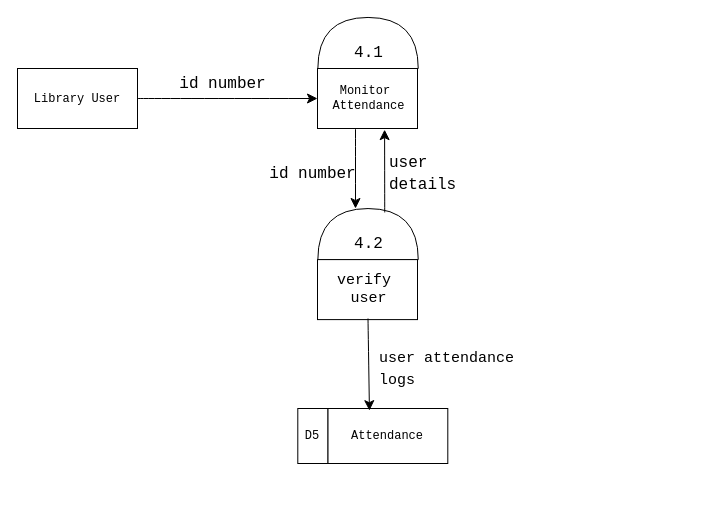
The draw.io diagram cd3.drawio in carmelooo1/capstone_docs, before the edit. Source tidied: cells renumbered, new cells numbered last; positions are measured from the earlier drawing's top-left corner, leaving out a move shared by most shapes. Both pictures are drawn from the tidied source at 100%, with x=0, y=0 at pixel (17, -8).
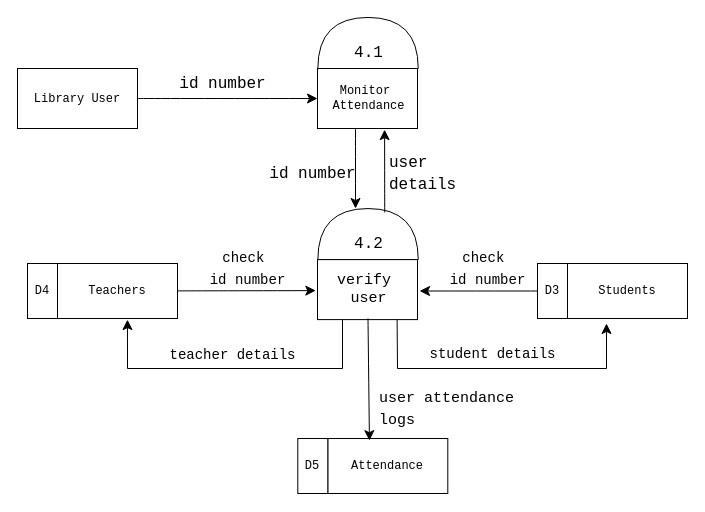
Above is the later version.

Unchanged cells that the change refers to:
```xml
<mxCell id="17" style="rounded=0;whiteSpace=wrap;html=1;fontFamily=Courier New;" parent="16" vertex="1">
  <mxGeometry y="30" width="100" height="60" as="geometry" />
</mxCell>
<mxCell id="20" value="&lt;div style=&quot;font-size: 15px;&quot;&gt;verify&amp;nbsp;&lt;/div&gt;&lt;div style=&quot;font-size: 15px;&quot;&gt;user&lt;/div&gt;" style="text;html=1;align=center;verticalAlign=middle;points=[];strokeColor=none;fillColor=none;fontSize=16;fontFamily=Courier New;" parent="16" vertex="1">
  <mxGeometry x="5.5" y="35" width="90" height="50" as="geometry" />
</mxCell>
```

What changed in the source:
```diff
@@
     <mxCell id="2" style="group;fontFamily=Courier New;" parent="1" vertex="1">
-      <mxGeometry x="280.3" y="416" width="150" height="55" as="geometry" />
+      <mxGeometry x="280.3" y="446" width="150" height="55" as="geometry" />
     </mxCell>
@@
     <mxCell id="25" value="&lt;font face=&quot;Courier New&quot;&gt;&lt;span style=&quot;font-size: 15px;&quot;&gt;user attendance&amp;nbsp;&lt;/span&gt;&lt;/font&gt;&lt;div&gt;&lt;font face=&quot;Courier New&quot;&gt;&lt;span style=&quot;font-size: 15px;&quot;&gt;logs&lt;/span&gt;&lt;/font&gt;&lt;/div&gt;" style="text;html=1;align=left;verticalAlign=middle;strokeColor=none;fillColor=none;fontSize=16;" parent="1" vertex="1">
-      <mxGeometry x="360" y="346" width="170" height="60" as="geometry" />
+      <mxGeometry x="360" y="386" width="170" height="60" as="geometry" />
     </mxCell>
@@
+    <mxCell id="28" style="group;fontFamily=Courier New;" parent="1" vertex="1">
+      <mxGeometry x="10" y="271" width="150" height="55" as="geometry" />
+    </mxCell>
+    <mxCell id="29" value="Teachers" style="whiteSpace=wrap;html=1;fontFamily=Courier New;" parent="28" vertex="1">
+      <mxGeometry x="30" width="120" height="55" as="geometry" />
+    </mxCell>
+    <mxCell id="30" value="D4" style="rounded=0;whiteSpace=wrap;html=1;fontFamily=Courier New;" parent="28" vertex="1">
+      <mxGeometry width="30" height="55" as="geometry" />
+    </mxCell>
+    <mxCell id="31" style="group;fontFamily=Courier New;" parent="1" vertex="1">
+      <mxGeometry x="520" y="271" width="150" height="55" as="geometry" />
+    </mxCell>
+    <mxCell id="32" value="Students" style="whiteSpace=wrap;html=1;fontFamily=Courier New;" parent="31" vertex="1">
+      <mxGeometry x="30" width="120" height="55" as="geometry" />
+    </mxCell>
+    <mxCell id="33" value="D3" style="rounded=0;whiteSpace=wrap;html=1;fontFamily=Courier New;" parent="31" vertex="1">
+      <mxGeometry width="30" height="55" as="geometry" />
+    </mxCell>
+    <mxCell id="34" style="edgeStyle=none;curved=1;rounded=0;jettySize=auto;html=1;fontSize=12;startSize=8;endSize=8;entryX=-0.017;entryY=0.517;entryDx=0;entryDy=0;entryPerimeter=0;" parent="1" edge="1" source="29" target="17">
+      <mxGeometry relative="1" as="geometry" />
+    </mxCell>
+    <mxCell id="35" style="endArrow=classic;html=1;rounded=0;fontSize=12;startSize=8;endSize=8;curved=1;exitX=0;exitY=0.5;exitDx=0;exitDy=0;entryX=1.073;entryY=0.528;entryDx=0;entryDy=0;entryPerimeter=0;" parent="1" edge="1" source="33" target="20">
+      <mxGeometry relative="1" as="geometry" />
+    </mxCell>
+    <mxCell id="36" value="&lt;font face=&quot;Courier New&quot;&gt;&lt;span style=&quot;font-size: 14px;&quot;&gt;check&amp;nbsp;&lt;/span&gt;&lt;/font&gt;&lt;div&gt;&lt;font face=&quot;Courier New&quot;&gt;&lt;span style=&quot;font-size: 14px;&quot;&gt;id number&lt;/span&gt;&lt;/font&gt;&lt;/div&gt;" style="text;html=1;align=center;verticalAlign=middle;strokeColor=none;fillColor=none;fontSize=16;" parent="1" vertex="1">
+      <mxGeometry x="180" y="246" width="100" height="60" as="geometry" />
+    </mxCell>
+    <mxCell id="37" style="endArrow=classic;html=1;rounded=0;fontSize=12;startSize=8;endSize=8;curved=0;exitX=0.25;exitY=1;exitDx=0;exitDy=0;entryX=0.583;entryY=1.02;entryDx=0;entryDy=0;entryPerimeter=0;" parent="1" edge="1" source="17" target="29">
+      <mxGeometry relative="1" as="geometry">
+        <Array as="points">
+          <mxPoint x="325" y="376" />
+          <mxPoint x="110" y="376" />
+        </Array>
+      </mxGeometry>
+    </mxCell>
+    <mxCell id="38" style="endArrow=classic;html=1;rounded=0;fontSize=12;startSize=8;endSize=8;curved=0;exitX=0.796;exitY=0.994;exitDx=0;exitDy=0;exitPerimeter=0;entryX=0.325;entryY=1.091;entryDx=0;entryDy=0;entryPerimeter=0;" parent="1" edge="1" source="17" target="32">
+      <mxGeometry relative="1" as="geometry">
+        <Array as="points">
+          <mxPoint x="380" y="376" />
+          <mxPoint x="589" y="376" />
+        </Array>
+      </mxGeometry>
+    </mxCell>
+    <mxCell id="39" value="&lt;font face=&quot;Courier New&quot;&gt;&lt;span style=&quot;font-size: 14px;&quot;&gt;check&amp;nbsp;&lt;/span&gt;&lt;/font&gt;&lt;div&gt;&lt;font face=&quot;Courier New&quot;&gt;&lt;span style=&quot;font-size: 14px;&quot;&gt;id number&lt;/span&gt;&lt;/font&gt;&lt;/div&gt;" style="text;html=1;align=center;verticalAlign=middle;strokeColor=none;fillColor=none;fontSize=16;" parent="1" vertex="1">
+      <mxGeometry x="420" y="246" width="100" height="60" as="geometry" />
+    </mxCell>
+    <mxCell id="40" value="&lt;div&gt;&lt;span style=&quot;font-family: &amp;quot;Courier New&amp;quot;; font-size: 14px;&quot;&gt;teacher details&lt;/span&gt;&lt;/div&gt;" style="text;html=1;align=center;verticalAlign=middle;strokeColor=none;fillColor=none;fontSize=16;" parent="1" vertex="1">
+      <mxGeometry x="140" y="346" width="150" height="30" as="geometry" />
+    </mxCell>
+    <mxCell id="41" value="&lt;font face=&quot;Courier New&quot;&gt;&lt;span style=&quot;font-size: 14px;&quot;&gt;student details&lt;/span&gt;&lt;/font&gt;" style="text;html=1;align=center;verticalAlign=middle;strokeColor=none;fillColor=none;fontSize=16;" parent="1" vertex="1">
+      <mxGeometry x="400" y="346" width="150" height="30" as="geometry" />
+    </mxCell>
```
